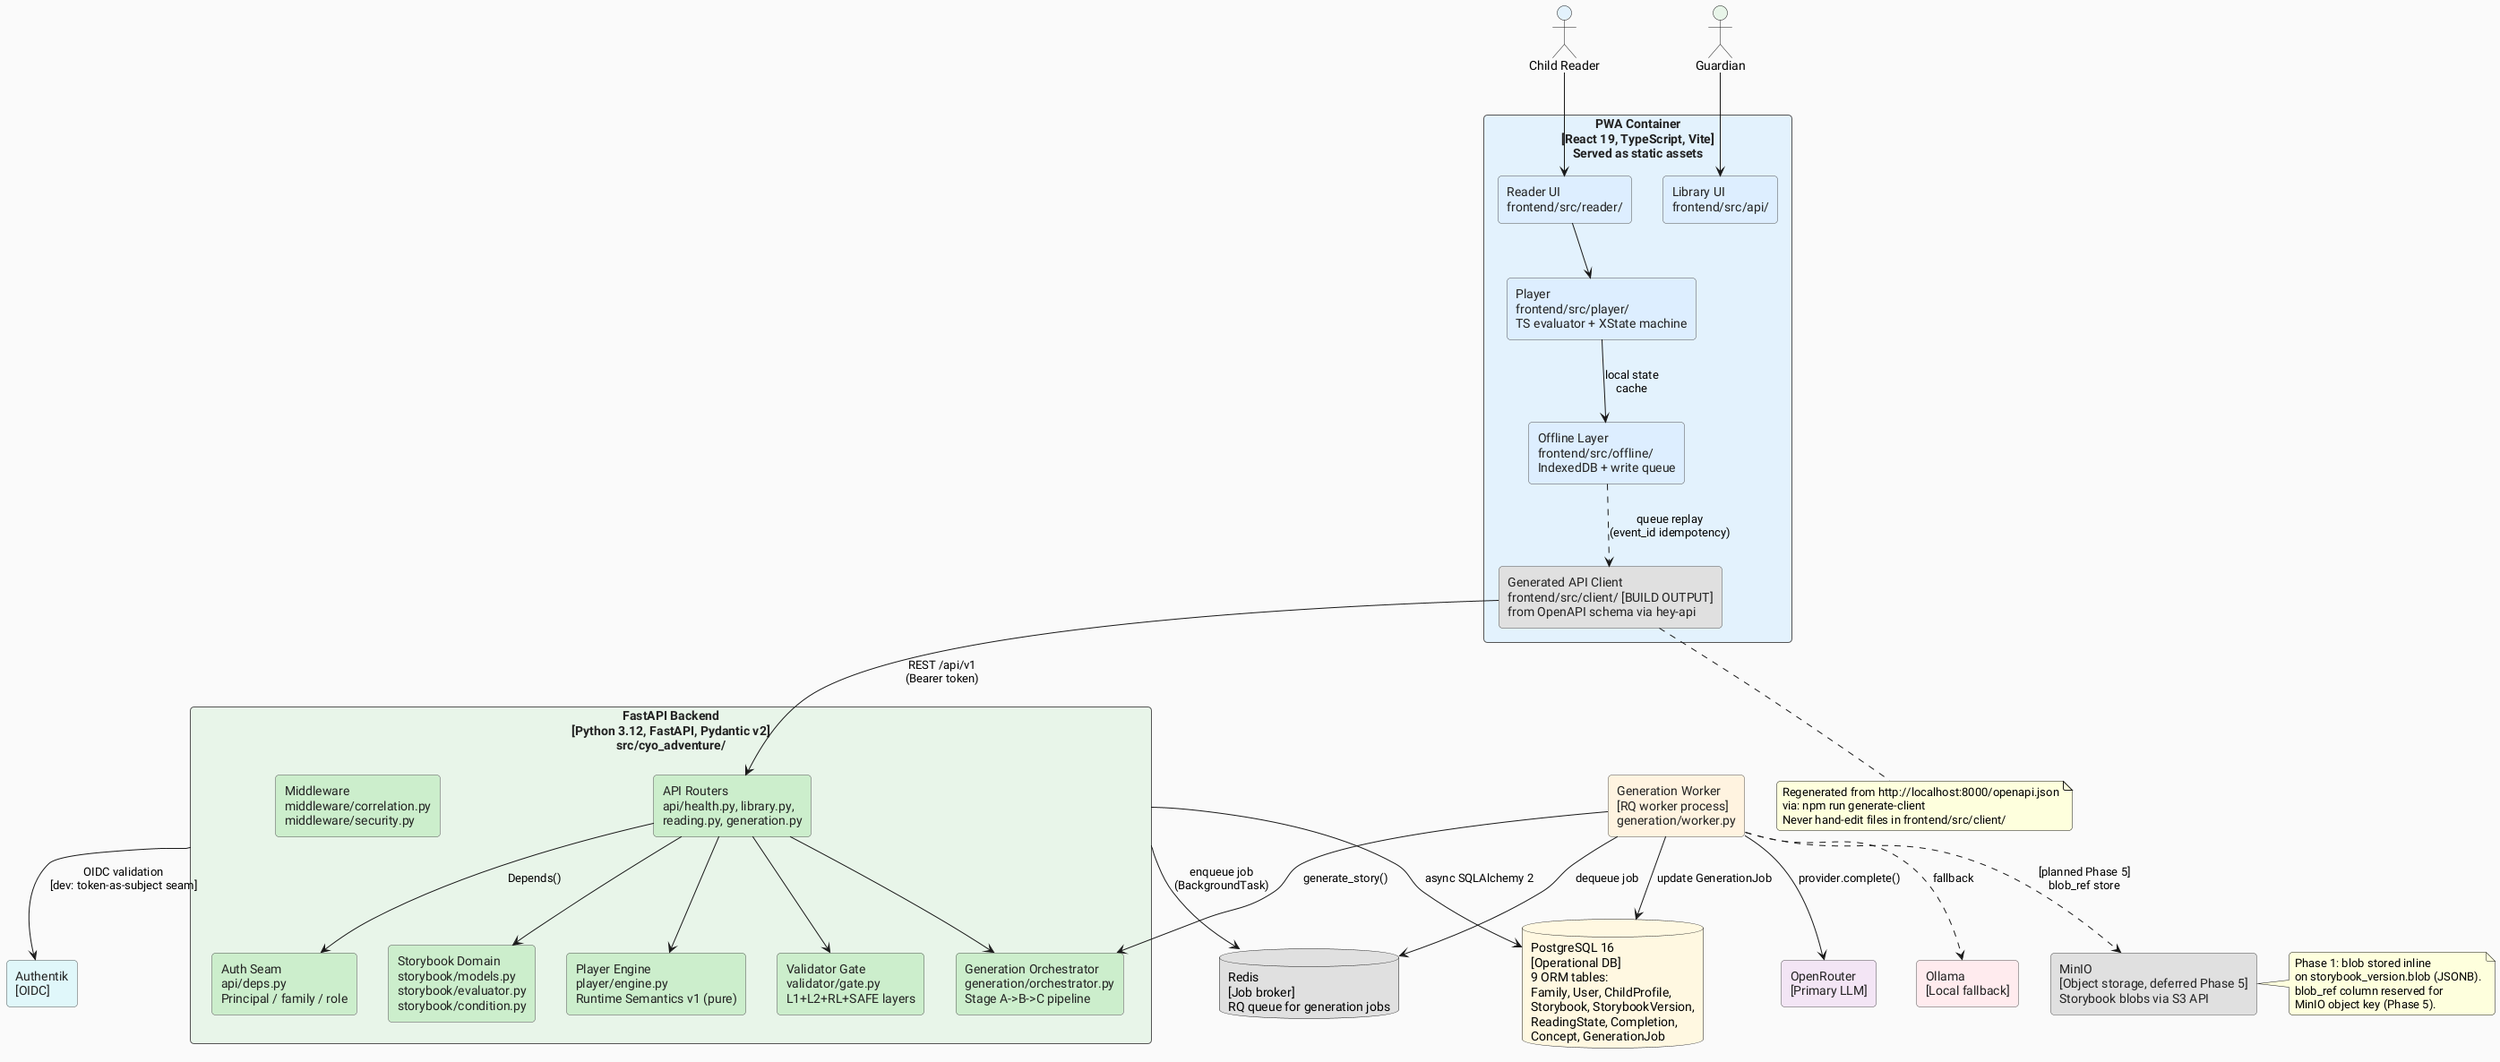
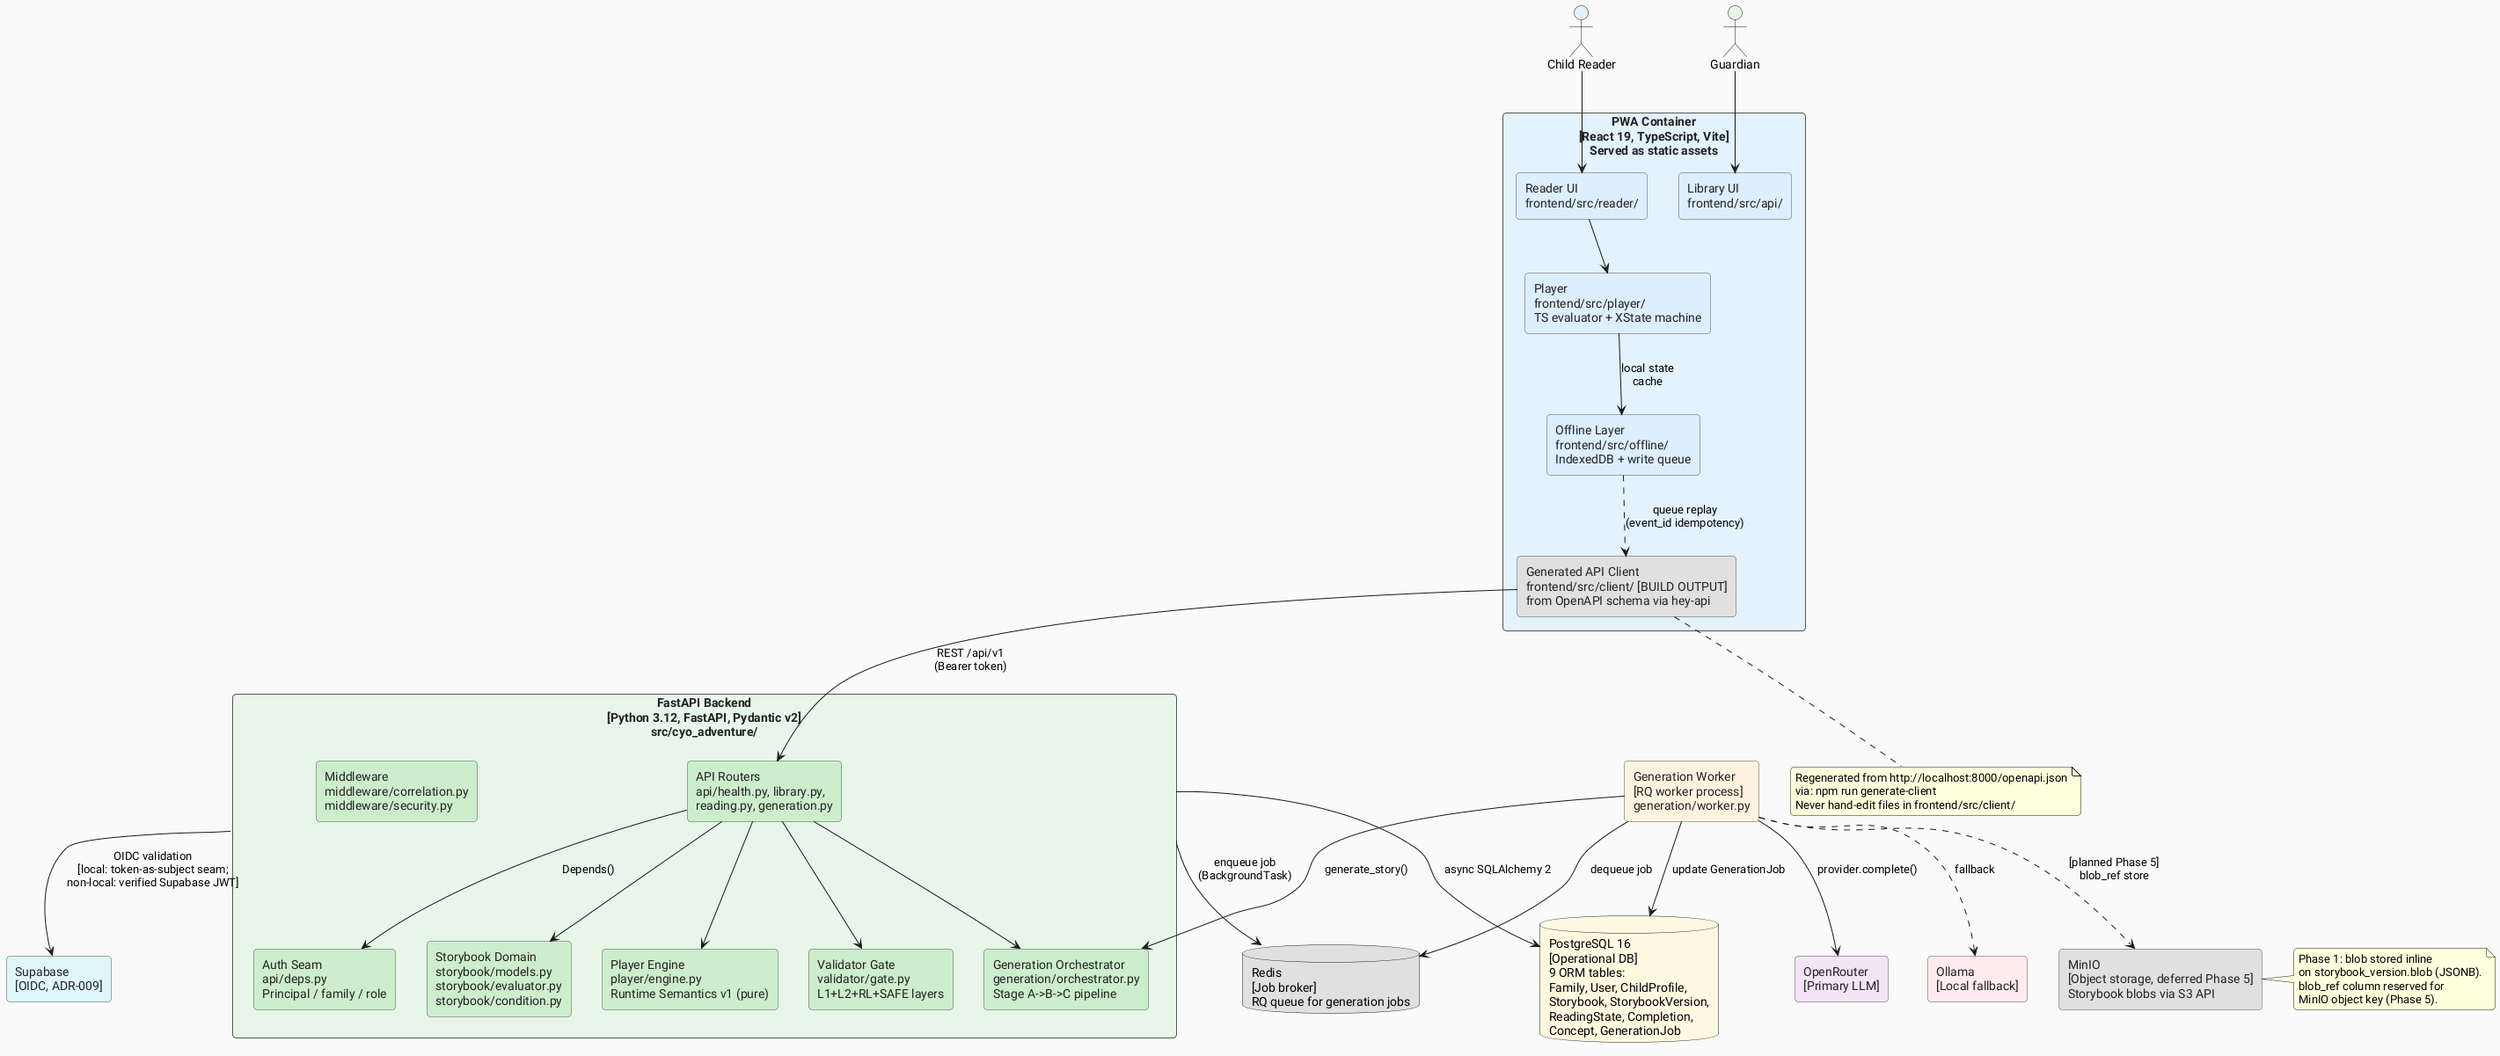
@startuml c4-container
' ============================================================
' C4 Level 2 - Container Diagram
' CYO Adventure: containers and their interactions
'
' Source files:
'   src/cyo_adventure/app.py           (FastAPI app wiring)
'   src/cyo_adventure/api/             (routers)
'   src/cyo_adventure/generation/worker.py  (RQ worker)
'   src/cyo_adventure/core/database.py (async SQLAlchemy)
'   frontend/src/client/               (generated OpenAPI client)
'   frontend/src/offline/sync.ts       (offline queue)
'   docs/planning/tech-spec.md
'   docs/planning/adr/adr-002-client-pwa.md
'   docs/planning/adr/adr-004-homelab-first-deployment.md
+ '   docs/planning/adr/adr-009-supabase-platform.md (Supabase OIDC replaces Authentik)
' ============================================================

skinparam defaultFontName "Roboto"
skinparam backgroundColor #FAFAFA
skinparam roundCorner 8

skinparam rectangle {
  BorderColor #555555
  FontColor #222222
}

actor "Child Reader" as child #E3F2FD
actor "Guardian" as guardian #E8F5E9

' --- PWA ---
rectangle "PWA Container\n[React 19, TypeScript, Vite]\nServed as static assets" as pwa #E3F2FD {
  rectangle "Reader UI\nfrontend/src/reader/" as reader #DDEEFF
  rectangle "Library UI\nfrontend/src/api/" as library_ui #DDEEFF
  rectangle "Player\nfrontend/src/player/\nTS evaluator + XState machine" as player_ui #DDEEFF
  rectangle "Offline Layer\nfrontend/src/offline/\nIndexedDB + write queue" as offline #DDEEFF
  rectangle "Generated API Client\nfrontend/src/client/ [BUILD OUTPUT]\nfrom OpenAPI schema via hey-api" as gen_client #E0E0E0
}

' --- Backend ---
rectangle "FastAPI Backend\n[Python 3.12, FastAPI, Pydantic v2]\nsrc/cyo_adventure/" as backend #E8F5E9 {
  rectangle "API Routers\napi/health.py, library.py,\nreading.py, generation.py" as routers #CCEECC
  rectangle "Auth Seam\napi/deps.py\nPrincipal / family / role" as auth #CCEECC
  rectangle "Storybook Domain\nstorybook/models.py\nstorybook/evaluator.py\nstorybook/condition.py" as storybook_dom #CCEECC
  rectangle "Player Engine\nplayer/engine.py\nRuntime Semantics v1 (pure)" as player_eng #CCEECC
  rectangle "Validator Gate\nvalidator/gate.py\nL1+L2+RL+SAFE layers" as validator #CCEECC
  rectangle "Generation Orchestrator\ngeneration/orchestrator.py\nStage A->B->C pipeline" as orchestrator #CCEECC
  rectangle "Middleware\nmiddleware/correlation.py\nmiddleware/security.py" as middleware #CCEECC
}

' --- Generation Worker ---
rectangle "Generation Worker\n[RQ worker process]\ngeneration/worker.py" as worker #FFF3E0

' --- Data stores ---
database "PostgreSQL 16\n[Operational DB]\n9 ORM tables:\nFamily, User, ChildProfile,\nStorybook, StorybookVersion,\nReadingState, Completion,\nConcept, GenerationJob" as postgres #FFF8E1

database "Redis\n[Job broker]\nRQ queue for generation jobs" as redis #E0E0E0

rectangle "MinIO\n[Object storage, deferred Phase 5]\nStorybook blobs via S3 API" as minio #E0E0E0

' --- External LLMs ---
rectangle "OpenRouter\n[Primary LLM]" as openrouter #F3E5F5
rectangle "Ollama\n[Local fallback]" as ollama #FFEBEE
- rectangle "Authentik\n[OIDC]" as authentik #E0F7FA
+ rectangle "Supabase\n[OIDC, ADR-009]" as supabase_auth #E0F7FA

' --- Relationships ---
child --> reader
guardian --> library_ui
reader --> player_ui
player_ui --> offline : "local state\ncache"
gen_client --> routers : "REST /api/v1\n(Bearer token)"
offline ..> gen_client : "queue replay\n(event_id idempotency)"
routers --> auth : "Depends()"
routers --> orchestrator
routers --> validator
routers --> storybook_dom
routers --> player_eng
backend --> postgres : "async SQLAlchemy 2"
backend --> redis : "enqueue job\n(BackgroundTask)"
worker --> redis : "dequeue job"
worker --> orchestrator : "generate_story()"
worker --> openrouter : "provider.complete()"
worker ..> ollama : "fallback"
worker --> postgres : "update GenerationJob"
worker ..> minio : "[planned Phase 5]\nblob_ref store"
- backend --> authentik : "OIDC validation\n[dev: token-as-subject seam]"
+ backend --> supabase_auth : "OIDC validation\n[local: token-as-subject seam;\nnon-local: verified Supabase JWT]"

note bottom of gen_client
  Regenerated from http://localhost:8000/openapi.json
  via: npm run generate-client
  Never hand-edit files in frontend/src/client/
end note

note right of minio
  Phase 1: blob stored inline
  on storybook_version.blob (JSONB).
  blob_ref column reserved for
  MinIO object key (Phase 5).
end note

@enduml
